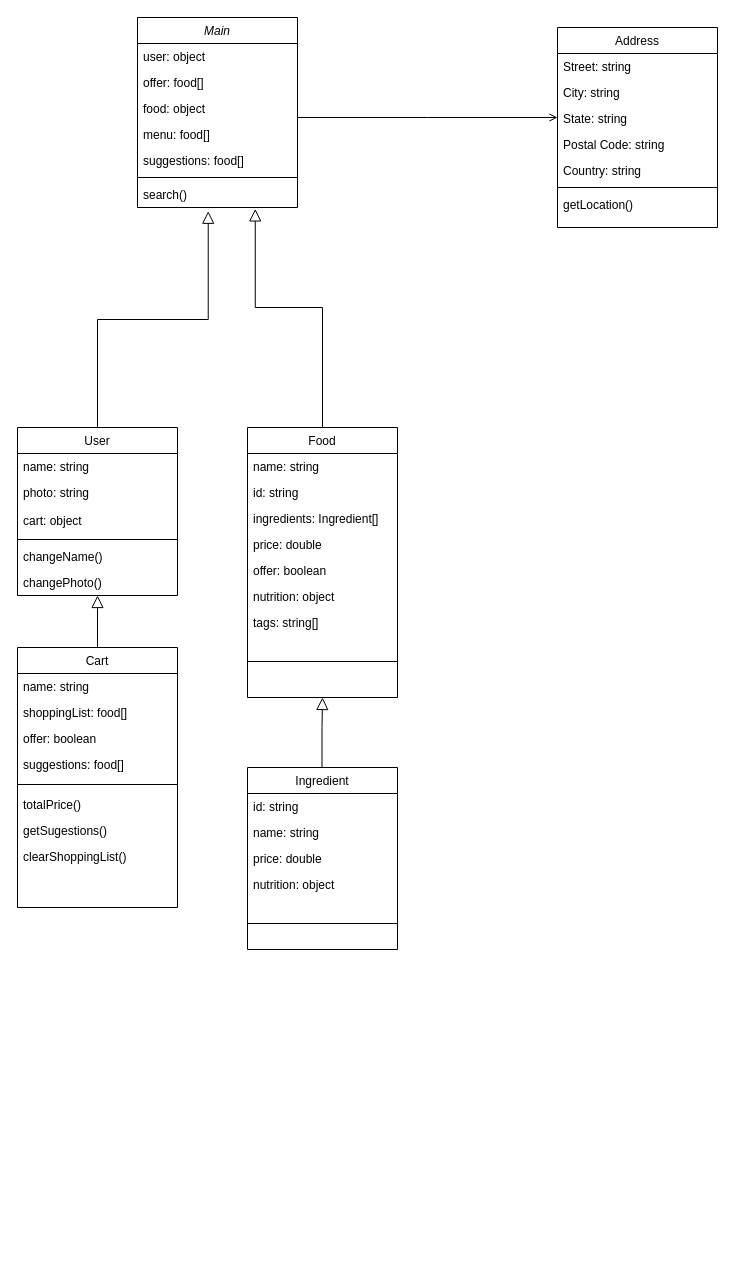
Above: foodee/foodeeUML.drawio in TrezzeIohan/Foodee (draw.io), before the change. Source tidied: cells renumbered, new cells numbered last; positions are measured from the earlier drawing's top-left corner, leaving out a move shared by most shapes. Both pictures are drawn from the tidied source at 100%, with x=0, y=0 at pixel (17, -5).
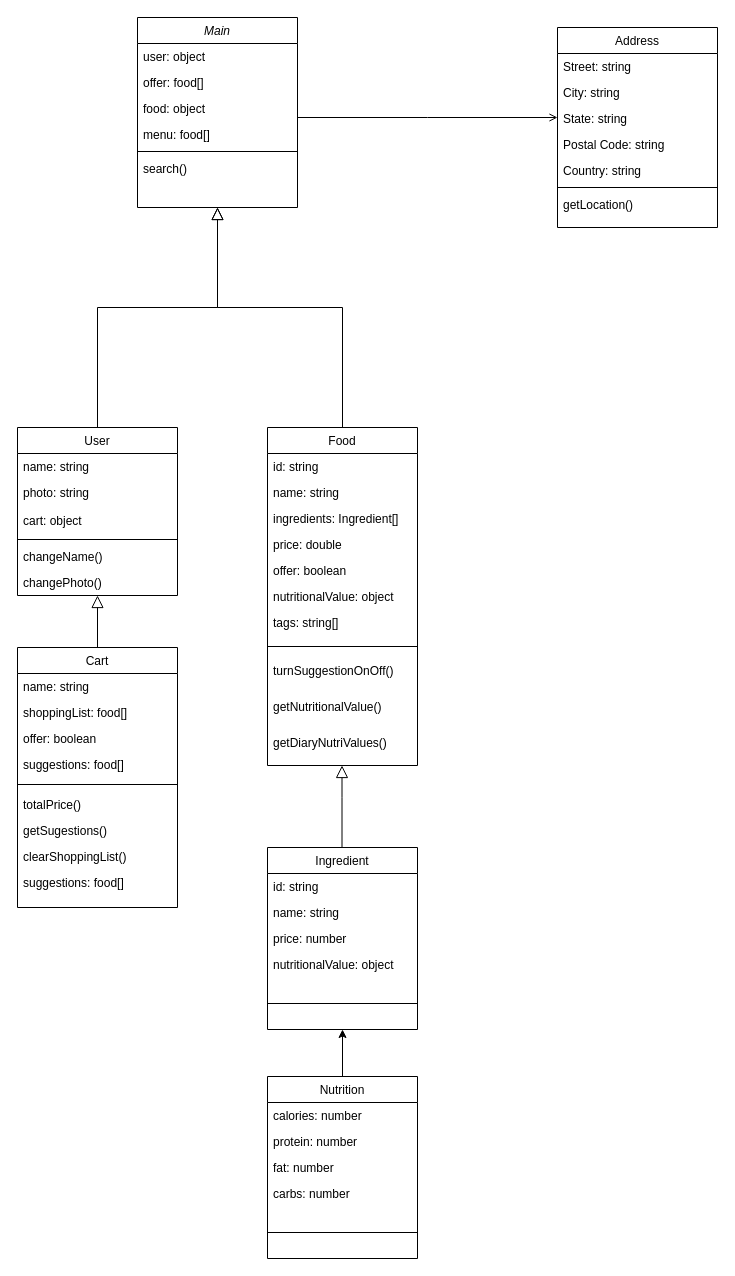
After the change.

The change refers to these unchanged cells:
```xml
<mxCell id="2" value="Main" style="swimlane;fontStyle=2;align=center;verticalAlign=top;horizontal=1;startSize=26;rounded=0;shadow=0;strokeWidth=1;labelBackgroundColor=none;" parent="1" vertex="1">
  <mxGeometry x="120" y="22" width="160" height="190" as="geometry" />
</mxCell>
<mxCell id="10" value="User" style="swimlane;fontStyle=0;align=center;verticalAlign=top;horizontal=1;startSize=26;rounded=0;shadow=0;strokeWidth=1;labelBackgroundColor=none;" parent="1" vertex="1">
  <mxGeometry y="432" width="160" height="168" as="geometry" />
</mxCell>
<mxCell id="36" value="Cart" style="swimlane;fontStyle=0;align=center;verticalAlign=top;horizontal=1;startSize=26;rounded=0;shadow=0;strokeWidth=1;labelBackgroundColor=none;" parent="1" vertex="1">
  <mxGeometry y="652" width="160" height="260" as="geometry" />
</mxCell>
```

What changed in the source:
```diff
@@
-    <mxCell id="7" value="suggestions: food[]" style="text;align=left;verticalAlign=top;spacingLeft=4;spacingRight=4;overflow=hidden;rounded=0;shadow=0;html=0;labelBackgroundColor=none;" parent="2" vertex="1">
-      <mxGeometry y="130" width="160" height="26" as="geometry" />
-    </mxCell>
     <mxCell id="8" style="line;html=1;strokeWidth=1;align=left;verticalAlign=middle;spacingTop=-1;spacingLeft=3;spacingRight=3;labelPosition=right;labelBackgroundColor=none;" parent="2" vertex="1">
-      <mxGeometry y="156" width="160" height="8" as="geometry" />
+      <mxGeometry y="130" width="160" height="8" as="geometry" />
     </mxCell>
     <mxCell id="9" value="search()" style="text;align=left;verticalAlign=top;spacingLeft=4;spacingRight=4;overflow=hidden;points=[[0,0.5],[1,0.5]];portConstraint=eastwest;labelBackgroundColor=none;" parent="2" vertex="1">
-      <mxGeometry y="164" width="160" height="26" as="geometry" />
+      <mxGeometry y="138" width="160" height="26" as="geometry" />
     </mxCell>
@@
-    <mxCell id="17" style="endArrow=block;endSize=10;endFill=0;shadow=0;strokeWidth=1;rounded=0;edgeStyle=elbowEdgeStyle;elbow=vertical;labelBackgroundColor=none;fontColor=default;exitX=0.5;exitY=0;exitDx=0;exitDy=0;entryX=0.442;entryY=1.145;entryDx=0;entryDy=0;entryPerimeter=0;" parent="1" edge="1" source="10" target="9">
-      <mxGeometry relative="1" as="geometry" />
+    <mxCell id="17" style="endArrow=block;endSize=10;endFill=0;shadow=0;strokeWidth=1;rounded=0;edgeStyle=elbowEdgeStyle;elbow=vertical;labelBackgroundColor=none;fontColor=default;exitX=0.5;exitY=0;exitDx=0;exitDy=0;" parent="1" edge="1" source="10">
+      <mxGeometry relative="1" as="geometry">
+        <mxPoint x="200" y="212" as="targetPoint" />
+        <Array as="points">
+          <mxPoint x="140" y="312" />
+        </Array>
+      </mxGeometry>
     </mxCell>
     <mxCell id="18" value="Food" style="swimlane;fontStyle=0;align=center;verticalAlign=top;horizontal=1;startSize=26;rounded=0;shadow=0;strokeWidth=1;labelBackgroundColor=none;" parent="1" vertex="1">
-      <mxGeometry x="230" y="432" width="150" height="270" as="geometry" />
+      <mxGeometry x="250" y="432" width="150" height="338" as="geometry" />
     </mxCell>
+    <mxCell id="20" value="id: string" style="text;align=left;verticalAlign=top;spacingLeft=4;spacingRight=4;overflow=hidden;labelBackgroundColor=none;" parent="18" vertex="1">
+      <mxGeometry y="26" width="150" height="26" as="geometry" />
+    </mxCell>
     <mxCell id="19" value="name: string" style="text;align=left;verticalAlign=top;spacingLeft=4;spacingRight=4;overflow=hidden;labelBackgroundColor=none;" parent="18" vertex="1">
-      <mxGeometry y="26" width="150" height="26" as="geometry" />
+      <mxGeometry y="52" width="150" height="26" as="geometry" />
     </mxCell>
-    <mxCell id="20" value="id: string" style="text;align=left;verticalAlign=top;spacingLeft=4;spacingRight=4;overflow=hidden;labelBackgroundColor=none;" parent="18" vertex="1">
-      <mxGeometry y="52" width="150" height="26" as="geometry" />
-    </mxCell>
@@
-    <mxCell id="24" value="nutrition: object" style="text;align=left;verticalAlign=top;spacingLeft=4;spacingRight=4;overflow=hidden;labelBackgroundColor=none;" parent="18" vertex="1">
+    <mxCell id="24" value="nutritionalValue: object" style="text;align=left;verticalAlign=top;spacingLeft=4;spacingRight=4;overflow=hidden;labelBackgroundColor=none;" parent="18" vertex="1">
       <mxGeometry y="156" width="150" height="26" as="geometry" />
     </mxCell>
@@
     <mxCell id="26" style="line;html=1;strokeWidth=1;align=left;verticalAlign=middle;spacingTop=-1;spacingLeft=3;spacingRight=3;labelPosition=right;labelBackgroundColor=none;" parent="18" vertex="1">
-      <mxGeometry y="208" width="150" height="52" as="geometry" />
+      <mxGeometry y="208" width="150" height="22" as="geometry" />
     </mxCell>
+    <mxCell id="54" value="turnSuggestionOnOff()" style="text;align=left;verticalAlign=top;spacingLeft=4;spacingRight=4;overflow=hidden;labelBackgroundColor=none;" parent="18" vertex="1">
+      <mxGeometry y="230" width="150" height="36" as="geometry" />
+    </mxCell>
+    <mxCell id="55" value="getNutritionalValue()" style="text;align=left;verticalAlign=top;spacingLeft=4;spacingRight=4;overflow=hidden;labelBackgroundColor=none;" parent="18" vertex="1">
+      <mxGeometry y="266" width="150" height="36" as="geometry" />
+    </mxCell>
+    <mxCell id="56" value="getDiaryNutriValues()" style="text;align=left;verticalAlign=top;spacingLeft=4;spacingRight=4;overflow=hidden;labelBackgroundColor=none;" parent="18" vertex="1">
+      <mxGeometry y="302" width="150" height="36" as="geometry" />
+    </mxCell>
@@
+    <mxCell id="7" value="suggestions: food[]" style="text;align=left;verticalAlign=top;spacingLeft=4;spacingRight=4;overflow=hidden;rounded=0;shadow=0;html=0;labelBackgroundColor=none;" parent="36" vertex="1">
+      <mxGeometry y="222" width="160" height="26" as="geometry" />
+    </mxCell>
@@
     <mxCell id="46" value="Ingredient" style="swimlane;fontStyle=0;align=center;verticalAlign=top;horizontal=1;startSize=26;rounded=0;shadow=0;strokeWidth=1;labelBackgroundColor=none;" parent="1" vertex="1">
-      <mxGeometry x="230" y="772" width="150" height="182" as="geometry" />
+      <mxGeometry x="250" y="852" width="150" height="182" as="geometry" />
     </mxCell>
@@
-    <mxCell id="49" value="price: double" style="text;align=left;verticalAlign=top;spacingLeft=4;spacingRight=4;overflow=hidden;labelBackgroundColor=none;" parent="46" vertex="1">
+    <mxCell id="49" value="price: number" style="text;align=left;verticalAlign=top;spacingLeft=4;spacingRight=4;overflow=hidden;labelBackgroundColor=none;" parent="46" vertex="1">
       <mxGeometry y="78" width="150" height="26" as="geometry" />
     </mxCell>
-    <mxCell id="50" value="nutrition: object" style="text;align=left;verticalAlign=top;spacingLeft=4;spacingRight=4;overflow=hidden;labelBackgroundColor=none;" parent="46" vertex="1">
+    <mxCell id="50" value="nutritionalValue: object" style="text;align=left;verticalAlign=top;spacingLeft=4;spacingRight=4;overflow=hidden;labelBackgroundColor=none;" parent="46" vertex="1">
       <mxGeometry y="104" width="150" height="26" as="geometry" />
     </mxCell>
@@
-    <mxCell id="52" style="endArrow=block;endSize=10;endFill=0;shadow=0;strokeWidth=1;rounded=0;edgeStyle=elbowEdgeStyle;elbow=vertical;labelBackgroundColor=none;fontColor=default;entryX=0.5;entryY=1;entryDx=0;entryDy=0;" parent="1" edge="1" source="46" target="18">
+    <mxCell id="52" style="endArrow=block;endSize=10;endFill=0;shadow=0;strokeWidth=1;rounded=0;edgeStyle=elbowEdgeStyle;elbow=vertical;labelBackgroundColor=none;fontColor=default;" parent="1" edge="1">
       <mxGeometry relative="1" as="geometry">
+        <mxPoint x="324.5" y="852" as="sourcePoint" />
+        <mxPoint x="324.5" y="770" as="targetPoint" />
         <Array as="points">
-          <mxPoint x="304.5" y="732" />
-          <mxPoint x="764.5" y="400" />
+          <mxPoint x="324.5" y="802" />
+          <mxPoint x="309" y="732" />
+          <mxPoint x="769" y="400" />
         </Array>
       </mxGeometry>
     </mxCell>
-    <mxCell id="53" style="endArrow=block;endSize=10;endFill=0;shadow=0;strokeWidth=1;rounded=0;edgeStyle=elbowEdgeStyle;elbow=vertical;labelBackgroundColor=none;fontColor=default;exitX=0.5;exitY=0;exitDx=0;exitDy=0;entryX=0.736;entryY=1.054;entryDx=0;entryDy=0;entryPerimeter=0;" parent="1" edge="1" source="18" target="9">
+    <mxCell id="53" style="endArrow=block;endSize=10;endFill=0;shadow=0;strokeWidth=1;rounded=0;edgeStyle=elbowEdgeStyle;elbow=vertical;labelBackgroundColor=none;fontColor=default;exitX=0.5;exitY=0;exitDx=0;exitDy=0;entryX=0.5;entryY=1;entryDx=0;entryDy=0;" parent="1" edge="1" source="18">
       <mxGeometry relative="1" as="geometry">
+        <mxPoint x="200" y="212" as="targetPoint" />
         <Array as="points">
           <mxPoint x="250" y="312" />
           <mxPoint x="764.6" />
         </Array>
       </mxGeometry>
     </mxCell>
+    <mxCell id="57" style="edgeStyle=orthogonalEdgeStyle;rounded=0;jettySize=auto;html=1;exitX=0.5;exitY=0;exitDx=0;exitDy=0;entryX=0.5;entryY=1;entryDx=0;entryDy=0;" parent="1" edge="1" source="58" target="46">
+      <mxGeometry relative="1" as="geometry" />
+    </mxCell>
+    <mxCell id="58" value="Nutrition" style="swimlane;fontStyle=0;align=center;verticalAlign=top;horizontal=1;startSize=26;rounded=0;shadow=0;strokeWidth=1;labelBackgroundColor=none;" parent="1" vertex="1">
+      <mxGeometry x="250" y="1081" width="150" height="182" as="geometry" />
+    </mxCell>
+    <mxCell id="59" value="calories: number" style="text;align=left;verticalAlign=top;spacingLeft=4;spacingRight=4;overflow=hidden;labelBackgroundColor=none;" parent="58" vertex="1">
+      <mxGeometry y="26" width="150" height="26" as="geometry" />
+    </mxCell>
+    <mxCell id="60" value="protein: number" style="text;align=left;verticalAlign=top;spacingLeft=4;spacingRight=4;overflow=hidden;labelBackgroundColor=none;" parent="58" vertex="1">
+      <mxGeometry y="52" width="150" height="26" as="geometry" />
+    </mxCell>
+    <mxCell id="61" value="fat: number" style="text;align=left;verticalAlign=top;spacingLeft=4;spacingRight=4;overflow=hidden;labelBackgroundColor=none;html=1;" parent="58" vertex="1">
+      <mxGeometry y="78" width="150" height="26" as="geometry" />
+    </mxCell>
+    <mxCell id="62" value="carbs: number" style="text;align=left;verticalAlign=top;spacingLeft=4;spacingRight=4;overflow=hidden;labelBackgroundColor=none;" parent="58" vertex="1">
+      <mxGeometry y="104" width="150" height="26" as="geometry" />
+    </mxCell>
+    <mxCell id="63" style="line;html=1;strokeWidth=1;align=left;verticalAlign=middle;spacingTop=-1;spacingLeft=3;spacingRight=3;labelPosition=right;labelBackgroundColor=none;" parent="58" vertex="1">
+      <mxGeometry y="130" width="150" height="52" as="geometry" />
+    </mxCell>
```
